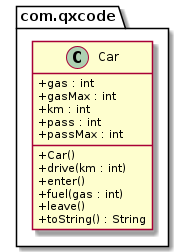
This is Trabalhos/001/diagrama.png from Atilio-Luiz/poo_2022_1, a PlantUML export, as it was before one commit. The source it was exported from:
```plantuml
@startuml
skinparam ClassAttributeIconSize 0
package com.qxcode {
  class Car {
    + gas : int
    + gasMax : int
    + km : int
    + pass : int
    + passMax : int
    __
    + Car()
    + drive(km : int)
    + enter()
    + fuel(gas : int)
    + leave()
    + toString() : String
  }
}
@enduml
```
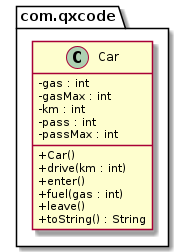
The same file after the commit.

Change to the diagram source:
```diff
@@ -2,11 +2,11 @@
 skinparam ClassAttributeIconSize 0
 package com.qxcode {
   class Car {
-    + gas : int
-    + gasMax : int
-    + km : int
-    + pass : int
-    + passMax : int
+    - gas : int
+    - gasMax : int
+    - km : int
+    - pass : int
+    - passMax : int
     __
     + Car()
     + drive(km : int)
```
